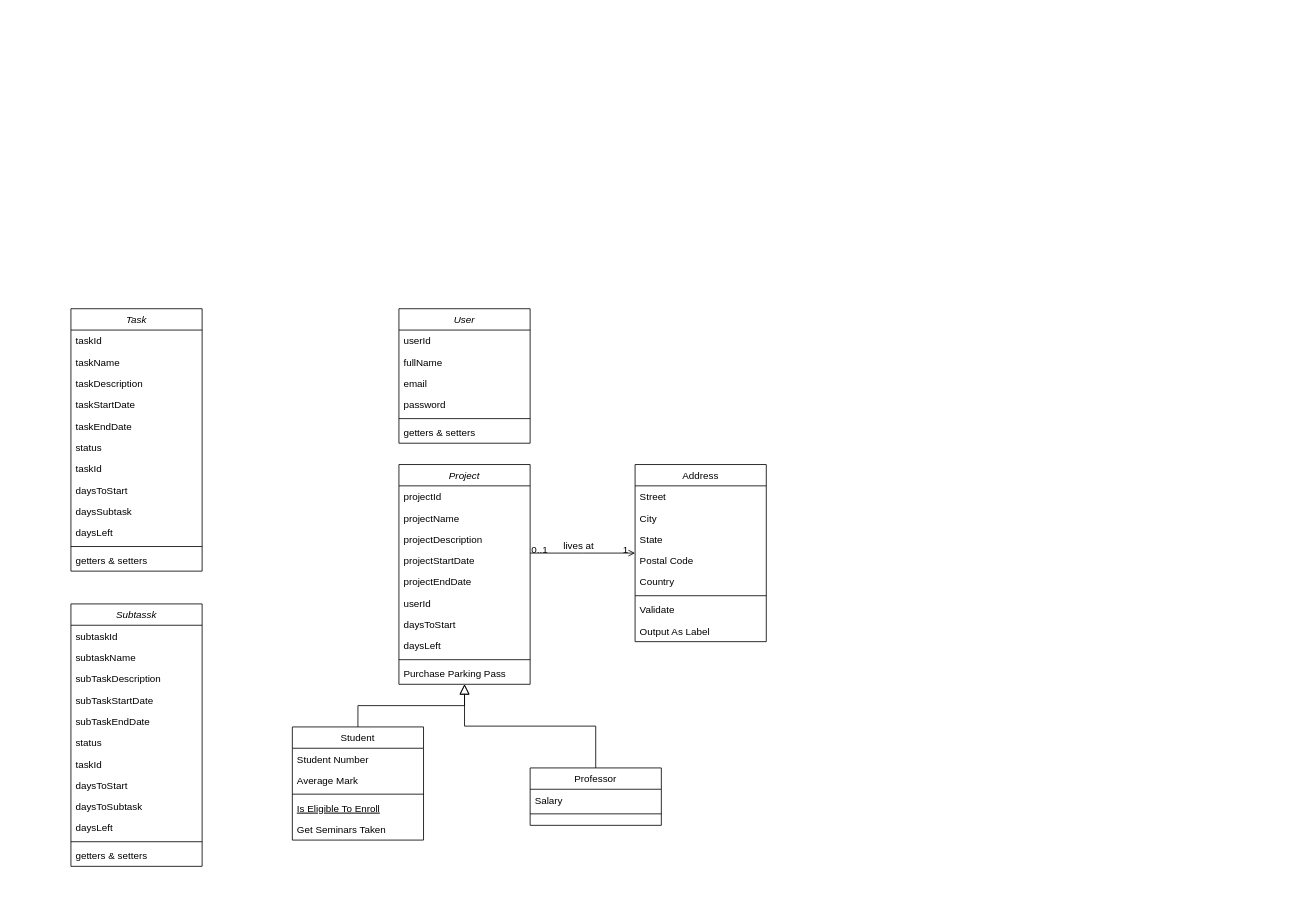
Before: docs/Class_Diagram.drawio in Atributties/ProjectPeak, a draw.io diagram. Source tidied: cells renumbered, new cells numbered last; positions are measured from the earlier drawing's top-left corner, leaving out a move shared by most shapes. Both pictures are drawn from the tidied source at 82%, with x=0, y=0 at pixel (71, 308).
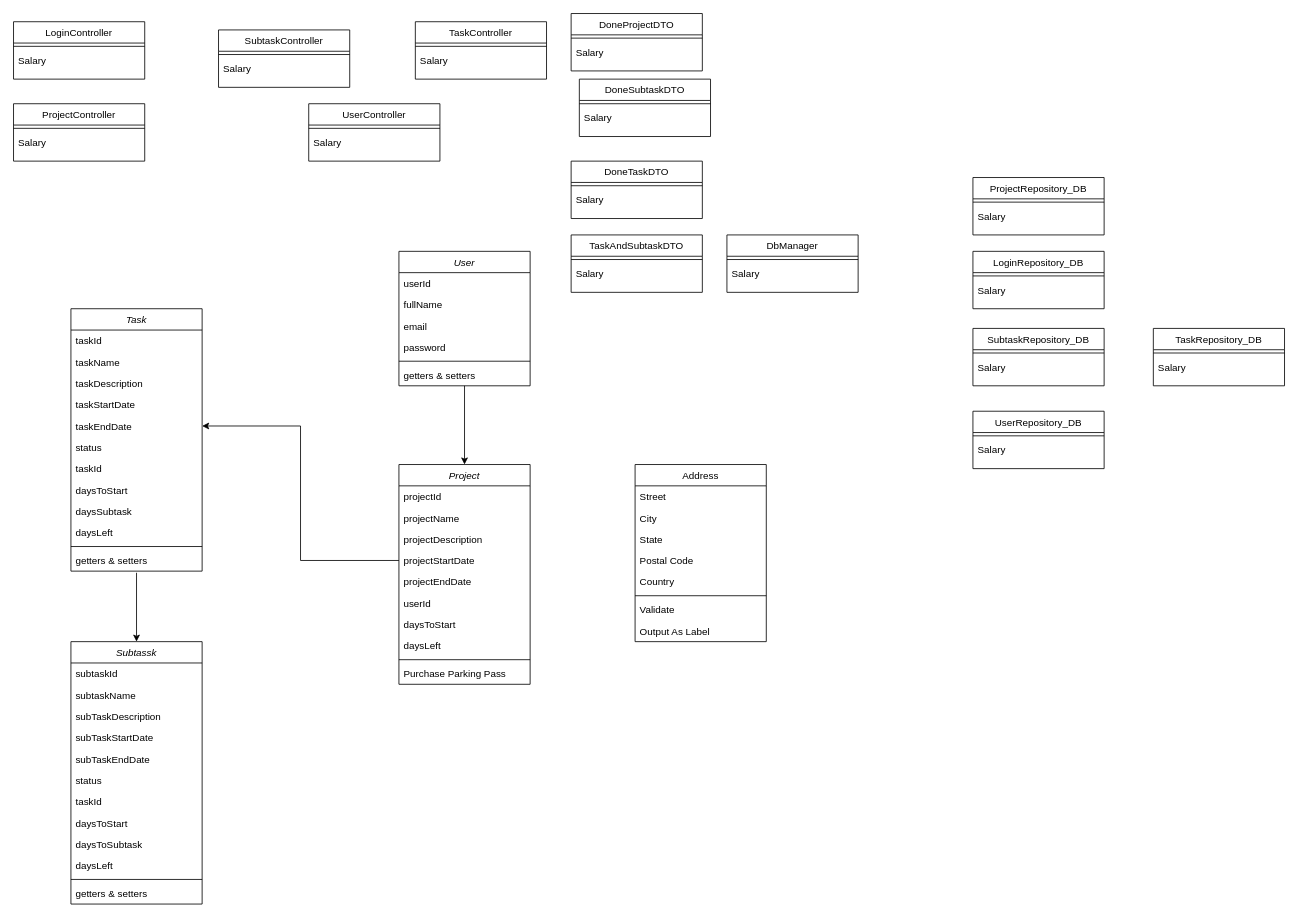
After the change.

Unchanged cells that the change refers to:
```xml
<mxCell id="2" value="Project" style="swimlane;fontStyle=2;align=center;verticalAlign=top;horizontal=1;startSize=26;rounded=0;shadow=0;strokeWidth=1;" parent="1" vertex="1">
  <mxGeometry x="400" y="190" width="160" height="268" as="geometry" />
</mxCell>
<mxCell id="6" value="projectStartDate" style="text;align=left;verticalAlign=top;spacingLeft=4;spacingRight=4;overflow=hidden;points=[[0,0.5],[1,0.5]];portConstraint=eastwest;rounded=0;shadow=0;html=0;" parent="2" vertex="1">
  <mxGeometry y="104" width="160" height="26" as="geometry" />
</mxCell>
<mxCell id="24" value="Address" style="swimlane;fontStyle=0;align=center;verticalAlign=top;horizontal=1;startSize=26;rounded=0;shadow=0;strokeWidth=1;" parent="1" vertex="1">
  <mxGeometry x="688" y="190" width="160" height="216" as="geometry" />
</mxCell>
<mxCell id="62" value="taskEndDate" style="text;align=left;verticalAlign=top;spacingLeft=4;spacingRight=4;overflow=hidden;points=[[0,0.5],[1,0.5]];portConstraint=eastwest;rounded=0;shadow=0;html=0;" parent="57" vertex="1">
  <mxGeometry y="130" width="160" height="26" as="geometry" />
</mxCell>
<mxCell id="69" value="getters &amp; setters" style="text;align=left;verticalAlign=top;spacingLeft=4;spacingRight=4;overflow=hidden;points=[[0,0.5],[1,0.5]];portConstraint=eastwest;rounded=0;shadow=0;html=0;" parent="57" vertex="1">
  <mxGeometry y="294" width="160" height="26" as="geometry" />
</mxCell>
```

Change to the diagram source:
```diff
@@
-    <mxCell id="13" value="Student" style="swimlane;fontStyle=0;align=center;verticalAlign=top;horizontal=1;startSize=26;rounded=0;shadow=0;strokeWidth=1;" parent="1" vertex="1">
-      <mxGeometry x="270" y="510" width="160" height="138" as="geometry" />
-    </mxCell>
-    <mxCell id="14" value="Student Number" style="text;align=left;verticalAlign=top;spacingLeft=4;spacingRight=4;overflow=hidden;" parent="13" vertex="1">
-      <mxGeometry y="26" width="160" height="26" as="geometry" />
-    </mxCell>
-    <mxCell id="15" value="Average Mark" style="text;align=left;verticalAlign=top;spacingLeft=4;spacingRight=4;overflow=hidden;rounded=0;shadow=0;html=0;" parent="13" vertex="1">
-      <mxGeometry y="52" width="160" height="26" as="geometry" />
-    </mxCell>
-    <mxCell id="16" style="line;html=1;strokeWidth=1;align=left;verticalAlign=middle;spacingTop=-1;spacingLeft=3;spacingRight=3;labelPosition=right;" parent="13" vertex="1">
-      <mxGeometry y="78" width="160" height="8" as="geometry" />
-    </mxCell>
-    <mxCell id="17" value="Is Eligible To Enroll" style="text;align=left;verticalAlign=top;spacingLeft=4;spacingRight=4;overflow=hidden;fontStyle=4;" parent="13" vertex="1">
-      <mxGeometry y="86" width="160" height="26" as="geometry" />
-    </mxCell>
-    <mxCell id="18" value="Get Seminars Taken" style="text;align=left;verticalAlign=top;spacingLeft=4;spacingRight=4;overflow=hidden;" parent="13" vertex="1">
-      <mxGeometry y="112" width="160" height="26" as="geometry" />
-    </mxCell>
-    <mxCell id="19" style="endArrow=block;endSize=10;endFill=0;shadow=0;strokeWidth=1;rounded=0;edgeStyle=elbowEdgeStyle;elbow=vertical;" parent="1" edge="1" source="13" target="2">
-      <mxGeometry relative="1" as="geometry" />
-    </mxCell>
-    <mxCell id="20" value="Professor" style="swimlane;fontStyle=0;align=center;verticalAlign=top;horizontal=1;startSize=26;rounded=0;shadow=0;strokeWidth=1;" parent="1" vertex="1">
-      <mxGeometry x="560" y="560" width="160" height="70" as="geometry" />
-    </mxCell>
-    <mxCell id="21" value="Salary" style="text;align=left;verticalAlign=top;spacingLeft=4;spacingRight=4;overflow=hidden;" parent="20" vertex="1">
-      <mxGeometry y="26" width="160" height="26" as="geometry" />
-    </mxCell>
-    <mxCell id="22" style="line;html=1;strokeWidth=1;align=left;verticalAlign=middle;spacingTop=-1;spacingLeft=3;spacingRight=3;labelPosition=right;" parent="20" vertex="1">
-      <mxGeometry y="52" width="160" height="8" as="geometry" />
-    </mxCell>
-    <mxCell id="23" style="endArrow=block;endSize=10;endFill=0;shadow=0;strokeWidth=1;rounded=0;edgeStyle=elbowEdgeStyle;elbow=vertical;" parent="1" edge="1" source="20" target="2">
-      <mxGeometry relative="1" as="geometry" />
-    </mxCell>
@@
-    <mxCell id="33" style="endArrow=open;shadow=0;strokeWidth=1;rounded=0;endFill=1;edgeStyle=elbowEdgeStyle;elbow=vertical;" parent="1" edge="1" source="2" target="24">
-      <mxGeometry x="0.5" y="41" relative="1" as="geometry">
-        <mxPoint x="-40" y="32" as="offset" />
-      </mxGeometry>
-    </mxCell>
-    <mxCell id="34" value="0..1" style="align=left;verticalAlign=bottom;labelBackgroundColor=none;fontSize=12;" parent="33" vertex="1">
-      <mxGeometry x="-1" relative="1" as="geometry">
-        <mxPoint y="4" as="offset" />
-      </mxGeometry>
-    </mxCell>
-    <mxCell id="35" value="1" style="align=right;verticalAlign=bottom;labelBackgroundColor=none;fontSize=12;" parent="33" vertex="1">
-      <mxGeometry x="1" relative="1" as="geometry">
-        <mxPoint x="-7" y="4" as="offset" />
-      </mxGeometry>
-    </mxCell>
-    <mxCell id="36" value="lives at" style="text;html=1;align=center;verticalAlign=middle;labelBackgroundColor=none;rounded=0;shadow=0;strokeWidth=1;fontSize=12;" parent="33" vertex="1">
-      <mxGeometry x="0.5" y="49" relative="1" as="geometry">
-        <mxPoint x="-38" y="40" as="offset" />
-      </mxGeometry>
-    </mxCell>
+    <mxCell id="70" style="edgeStyle=orthogonalEdgeStyle;rounded=0;jettySize=auto;html=1;entryX=0.5;entryY=0;entryDx=0;entryDy=0;" parent="1" edge="1" source="37" target="2">
+      <mxGeometry relative="1" as="geometry" />
+    </mxCell>
     <mxCell id="37" value="User" style="swimlane;fontStyle=2;align=center;verticalAlign=top;horizontal=1;startSize=26;rounded=0;shadow=0;strokeWidth=1;" parent="1" vertex="1">
-      <mxGeometry x="400" width="160" height="164" as="geometry" />
+      <mxGeometry x="400" y="-70" width="160" height="164" as="geometry" />
     </mxCell>
@@
     <mxCell id="44" value="Subtassk" style="swimlane;fontStyle=2;align=center;verticalAlign=top;horizontal=1;startSize=26;rounded=0;shadow=0;strokeWidth=1;" parent="1" vertex="1">
-      <mxGeometry y="360" width="160" height="320" as="geometry" />
+      <mxGeometry y="406" width="160" height="320" as="geometry" />
     </mxCell>
@@
+    <mxCell id="71" style="endArrow=classic;html=1;rounded=0;entryX=1;entryY=0.5;entryDx=0;entryDy=0;exitX=0;exitY=0.5;exitDx=0;exitDy=0;edgeStyle=orthogonalEdgeStyle;" parent="1" edge="1" source="6" target="62">
+      <mxGeometry relative="1" as="geometry" />
+    </mxCell>
+    <mxCell id="72" style="endArrow=classic;html=1;rounded=0;entryX=0.5;entryY=0;entryDx=0;entryDy=0;exitX=0.5;exitY=1.077;exitDx=0;exitDy=0;exitPerimeter=0;" parent="1" edge="1" source="69" target="44">
+      <mxGeometry relative="1" as="geometry" />
+    </mxCell>
+    <mxCell id="73" value="LoginController" style="swimlane;fontStyle=0;align=center;verticalAlign=top;horizontal=1;startSize=26;rounded=0;shadow=0;strokeWidth=1;" parent="1" vertex="1">
+      <mxGeometry x="-70" y="-350" width="160" height="70" as="geometry" />
+    </mxCell>
+    <mxCell id="74" style="line;html=1;strokeWidth=1;align=left;verticalAlign=middle;spacingTop=-1;spacingLeft=3;spacingRight=3;labelPosition=right;" parent="73" vertex="1">
+      <mxGeometry y="26" width="160" height="8" as="geometry" />
+    </mxCell>
+    <mxCell id="75" value="Salary" style="text;align=left;verticalAlign=top;spacingLeft=4;spacingRight=4;overflow=hidden;" parent="73" vertex="1">
+      <mxGeometry y="34" width="160" height="26" as="geometry" />
+    </mxCell>
+    <mxCell id="76" value="ProjectController" style="swimlane;fontStyle=0;align=center;verticalAlign=top;horizontal=1;startSize=26;rounded=0;shadow=0;strokeWidth=1;" parent="1" vertex="1">
+      <mxGeometry x="-70" y="-250" width="160" height="70" as="geometry" />
+    </mxCell>
+    <mxCell id="77" style="line;html=1;strokeWidth=1;align=left;verticalAlign=middle;spacingTop=-1;spacingLeft=3;spacingRight=3;labelPosition=right;" parent="76" vertex="1">
+      <mxGeometry y="26" width="160" height="8" as="geometry" />
+    </mxCell>
+    <mxCell id="78" value="Salary" style="text;align=left;verticalAlign=top;spacingLeft=4;spacingRight=4;overflow=hidden;" parent="76" vertex="1">
+      <mxGeometry y="34" width="160" height="26" as="geometry" />
+    </mxCell>
+    <mxCell id="79" value="SubtaskController" style="swimlane;fontStyle=0;align=center;verticalAlign=top;horizontal=1;startSize=26;rounded=0;shadow=0;strokeWidth=1;" parent="1" vertex="1">
+      <mxGeometry x="180" y="-340" width="160" height="70" as="geometry" />
+    </mxCell>
+    <mxCell id="80" style="line;html=1;strokeWidth=1;align=left;verticalAlign=middle;spacingTop=-1;spacingLeft=3;spacingRight=3;labelPosition=right;" parent="79" vertex="1">
+      <mxGeometry y="26" width="160" height="8" as="geometry" />
+    </mxCell>
+    <mxCell id="81" value="Salary" style="text;align=left;verticalAlign=top;spacingLeft=4;spacingRight=4;overflow=hidden;" parent="79" vertex="1">
+      <mxGeometry y="34" width="160" height="26" as="geometry" />
+    </mxCell>
+    <mxCell id="82" value="TaskController" style="swimlane;fontStyle=0;align=center;verticalAlign=top;horizontal=1;startSize=26;rounded=0;shadow=0;strokeWidth=1;" parent="1" vertex="1">
+      <mxGeometry x="420" y="-350" width="160" height="70" as="geometry" />
+    </mxCell>
+    <mxCell id="83" style="line;html=1;strokeWidth=1;align=left;verticalAlign=middle;spacingTop=-1;spacingLeft=3;spacingRight=3;labelPosition=right;" parent="82" vertex="1">
+      <mxGeometry y="26" width="160" height="8" as="geometry" />
+    </mxCell>
+    <mxCell id="84" value="Salary" style="text;align=left;verticalAlign=top;spacingLeft=4;spacingRight=4;overflow=hidden;" parent="82" vertex="1">
+      <mxGeometry y="34" width="160" height="26" as="geometry" />
+    </mxCell>
+    <mxCell id="85" value="UserController" style="swimlane;fontStyle=0;align=center;verticalAlign=top;horizontal=1;startSize=26;rounded=0;shadow=0;strokeWidth=1;" parent="1" vertex="1">
+      <mxGeometry x="290" y="-250" width="160" height="70" as="geometry" />
+    </mxCell>
+    <mxCell id="86" style="line;html=1;strokeWidth=1;align=left;verticalAlign=middle;spacingTop=-1;spacingLeft=3;spacingRight=3;labelPosition=right;" parent="85" vertex="1">
+      <mxGeometry y="26" width="160" height="8" as="geometry" />
+    </mxCell>
+    <mxCell id="87" value="Salary" style="text;align=left;verticalAlign=top;spacingLeft=4;spacingRight=4;overflow=hidden;" parent="85" vertex="1">
+      <mxGeometry y="34" width="160" height="26" as="geometry" />
+    </mxCell>
+    <mxCell id="88" value="DoneSubtaskDTO" style="swimlane;fontStyle=0;align=center;verticalAlign=top;horizontal=1;startSize=26;rounded=0;shadow=0;strokeWidth=1;" parent="1" vertex="1">
+      <mxGeometry x="620" y="-280" width="160" height="70" as="geometry" />
+    </mxCell>
+    <mxCell id="89" style="line;html=1;strokeWidth=1;align=left;verticalAlign=middle;spacingTop=-1;spacingLeft=3;spacingRight=3;labelPosition=right;" parent="88" vertex="1">
+      <mxGeometry y="26" width="160" height="8" as="geometry" />
+    </mxCell>
+    <mxCell id="90" value="Salary" style="text;align=left;verticalAlign=top;spacingLeft=4;spacingRight=4;overflow=hidden;" parent="88" vertex="1">
+      <mxGeometry y="34" width="160" height="26" as="geometry" />
+    </mxCell>
+    <mxCell id="91" value="DoneProjectDTO" style="swimlane;fontStyle=0;align=center;verticalAlign=top;horizontal=1;startSize=26;rounded=0;shadow=0;strokeWidth=1;" parent="1" vertex="1">
+      <mxGeometry x="610" y="-360" width="160" height="70" as="geometry" />
+    </mxCell>
+    <mxCell id="92" style="line;html=1;strokeWidth=1;align=left;verticalAlign=middle;spacingTop=-1;spacingLeft=3;spacingRight=3;labelPosition=right;" parent="91" vertex="1">
+      <mxGeometry y="26" width="160" height="8" as="geometry" />
+    </mxCell>
+    <mxCell id="93" value="Salary" style="text;align=left;verticalAlign=top;spacingLeft=4;spacingRight=4;overflow=hidden;" parent="91" vertex="1">
+      <mxGeometry y="34" width="160" height="26" as="geometry" />
+    </mxCell>
+    <mxCell id="94" value="DoneTaskDTO" style="swimlane;fontStyle=0;align=center;verticalAlign=top;horizontal=1;startSize=26;rounded=0;shadow=0;strokeWidth=1;" parent="1" vertex="1">
+      <mxGeometry x="610" y="-180" width="160" height="70" as="geometry" />
+    </mxCell>
+    <mxCell id="95" style="line;html=1;strokeWidth=1;align=left;verticalAlign=middle;spacingTop=-1;spacingLeft=3;spacingRight=3;labelPosition=right;" parent="94" vertex="1">
+      <mxGeometry y="26" width="160" height="8" as="geometry" />
+    </mxCell>
+    <mxCell id="96" value="Salary" style="text;align=left;verticalAlign=top;spacingLeft=4;spacingRight=4;overflow=hidden;" parent="94" vertex="1">
+      <mxGeometry y="34" width="160" height="26" as="geometry" />
+    </mxCell>
+    <mxCell id="97" value="TaskAndSubtaskDTO" style="swimlane;fontStyle=0;align=center;verticalAlign=top;horizontal=1;startSize=26;rounded=0;shadow=0;strokeWidth=1;" parent="1" vertex="1">
+      <mxGeometry x="610" y="-90" width="160" height="70" as="geometry" />
+    </mxCell>
+    <mxCell id="98" style="line;html=1;strokeWidth=1;align=left;verticalAlign=middle;spacingTop=-1;spacingLeft=3;spacingRight=3;labelPosition=right;" parent="97" vertex="1">
+      <mxGeometry y="26" width="160" height="8" as="geometry" />
+    </mxCell>
+    <mxCell id="99" value="Salary" style="text;align=left;verticalAlign=top;spacingLeft=4;spacingRight=4;overflow=hidden;" parent="97" vertex="1">
+      <mxGeometry y="34" width="160" height="26" as="geometry" />
+    </mxCell>
+    <mxCell id="100" value="DbManager" style="swimlane;fontStyle=0;align=center;verticalAlign=top;horizontal=1;startSize=26;rounded=0;shadow=0;strokeWidth=1;" parent="1" vertex="1">
+      <mxGeometry x="800" y="-90" width="160" height="70" as="geometry" />
+    </mxCell>
+    <mxCell id="101" style="line;html=1;strokeWidth=1;align=left;verticalAlign=middle;spacingTop=-1;spacingLeft=3;spacingRight=3;labelPosition=right;" parent="100" vertex="1">
+      <mxGeometry y="26" width="160" height="8" as="geometry" />
+    </mxCell>
+    <mxCell id="102" value="Salary" style="text;align=left;verticalAlign=top;spacingLeft=4;spacingRight=4;overflow=hidden;" parent="100" vertex="1">
+      <mxGeometry y="34" width="160" height="26" as="geometry" />
+    </mxCell>
+    <mxCell id="103" value="TaskRepository_DB" style="swimlane;fontStyle=0;align=center;verticalAlign=top;horizontal=1;startSize=26;rounded=0;shadow=0;strokeWidth=1;" parent="1" vertex="1">
+      <mxGeometry x="1320" y="24" width="160" height="70" as="geometry" />
+    </mxCell>
+    <mxCell id="104" style="line;html=1;strokeWidth=1;align=left;verticalAlign=middle;spacingTop=-1;spacingLeft=3;spacingRight=3;labelPosition=right;" parent="103" vertex="1">
+      <mxGeometry y="26" width="160" height="8" as="geometry" />
+    </mxCell>
+    <mxCell id="105" value="Salary" style="text;align=left;verticalAlign=top;spacingLeft=4;spacingRight=4;overflow=hidden;" parent="103" vertex="1">
+      <mxGeometry y="34" width="160" height="26" as="geometry" />
+    </mxCell>
+    <mxCell id="106" value="ProjectRepository_DB" style="swimlane;fontStyle=0;align=center;verticalAlign=top;horizontal=1;startSize=26;rounded=0;shadow=0;strokeWidth=1;" parent="1" vertex="1">
+      <mxGeometry x="1100" y="-160" width="160" height="70" as="geometry" />
+    </mxCell>
+    <mxCell id="107" style="line;html=1;strokeWidth=1;align=left;verticalAlign=middle;spacingTop=-1;spacingLeft=3;spacingRight=3;labelPosition=right;" parent="106" vertex="1">
+      <mxGeometry y="26" width="160" height="8" as="geometry" />
+    </mxCell>
+    <mxCell id="108" value="Salary" style="text;align=left;verticalAlign=top;spacingLeft=4;spacingRight=4;overflow=hidden;" parent="106" vertex="1">
+      <mxGeometry y="34" width="160" height="26" as="geometry" />
+    </mxCell>
+    <mxCell id="109" value="UserRepository_DB" style="swimlane;fontStyle=0;align=center;verticalAlign=top;horizontal=1;startSize=26;rounded=0;shadow=0;strokeWidth=1;" parent="1" vertex="1">
+      <mxGeometry x="1100" y="125" width="160" height="70" as="geometry" />
+    </mxCell>
+    <mxCell id="110" style="line;html=1;strokeWidth=1;align=left;verticalAlign=middle;spacingTop=-1;spacingLeft=3;spacingRight=3;labelPosition=right;" parent="109" vertex="1">
+      <mxGeometry y="26" width="160" height="8" as="geometry" />
+    </mxCell>
+    <mxCell id="111" value="Salary" style="text;align=left;verticalAlign=top;spacingLeft=4;spacingRight=4;overflow=hidden;" parent="109" vertex="1">
+      <mxGeometry y="34" width="160" height="26" as="geometry" />
+    </mxCell>
+    <mxCell id="112" value="SubtaskRepository_DB" style="swimlane;fontStyle=0;align=center;verticalAlign=top;horizontal=1;startSize=26;rounded=0;shadow=0;strokeWidth=1;" parent="1" vertex="1">
+      <mxGeometry x="1100" y="24" width="160" height="70" as="geometry" />
+    </mxCell>
+    <mxCell id="113" style="line;html=1;strokeWidth=1;align=left;verticalAlign=middle;spacingTop=-1;spacingLeft=3;spacingRight=3;labelPosition=right;" parent="112" vertex="1">
+      <mxGeometry y="26" width="160" height="8" as="geometry" />
+    </mxCell>
+    <mxCell id="114" value="Salary" style="text;align=left;verticalAlign=top;spacingLeft=4;spacingRight=4;overflow=hidden;" parent="112" vertex="1">
+      <mxGeometry y="34" width="160" height="26" as="geometry" />
+    </mxCell>
+    <mxCell id="115" value="LoginRepository_DB" style="swimlane;fontStyle=0;align=center;verticalAlign=top;horizontal=1;startSize=26;rounded=0;shadow=0;strokeWidth=1;" parent="1" vertex="1">
+      <mxGeometry x="1100" y="-70" width="160" height="70" as="geometry" />
+    </mxCell>
+    <mxCell id="116" style="line;html=1;strokeWidth=1;align=left;verticalAlign=middle;spacingTop=-1;spacingLeft=3;spacingRight=3;labelPosition=right;" parent="115" vertex="1">
+      <mxGeometry y="26" width="160" height="8" as="geometry" />
+    </mxCell>
+    <mxCell id="117" value="Salary" style="text;align=left;verticalAlign=top;spacingLeft=4;spacingRight=4;overflow=hidden;" parent="115" vertex="1">
+      <mxGeometry y="34" width="160" height="26" as="geometry" />
+    </mxCell>
```
